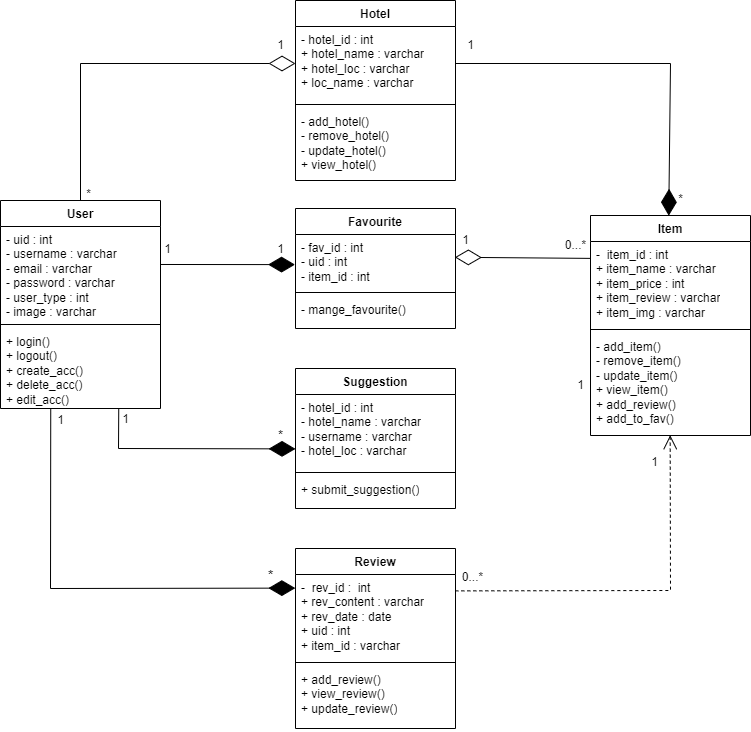
This is docs/FINAL DOCUMENTATION/UML DIAGRAMS/Class/Class Diagram.drawio.png from darshan-dinesh-mp/eatables, a draw.io export, as it was before one commit. Source tidied: cells renumbered, new cells last; positions are measured from the earlier drawing's top-left corner, leaving out a move shared by most shapes.
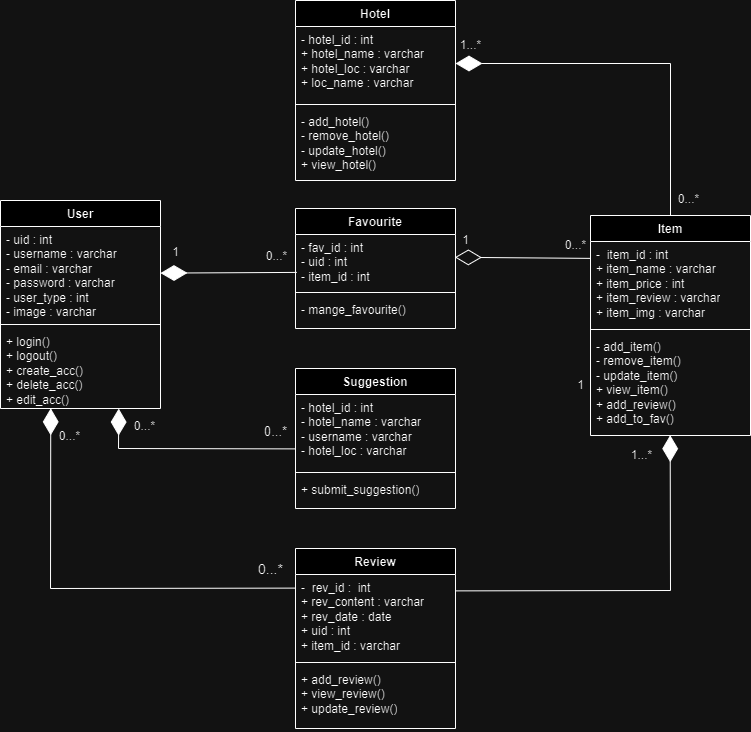
After the commit.

Change to the diagram source:
```diff
@@ -74,66 +74,36 @@
     <mxCell id="25" value="+ add_review()&lt;br&gt;+ view_review()&lt;br&gt;+ update_review()" style="text;strokeColor=none;fillColor=none;align=left;verticalAlign=top;spacingLeft=4;spacingRight=4;overflow=hidden;whiteSpace=wrap;html=1;" parent="22" vertex="1">
       <mxGeometry y="118" width="160" height="62" as="geometry" />
     </mxCell>
-    <mxCell id="26" style="endArrow=diamondThin;endFill=0;endSize=24;html=1;rounded=0;exitX=0.5;exitY=0;exitDx=0;exitDy=0;entryX=0;entryY=0.5;entryDx=0;entryDy=0;" parent="1" edge="1" source="6" target="15">
-      <mxGeometry relative="1" as="geometry">
-        <Array as="points">
-          <mxPoint x="80" y="63" />
-        </Array>
-      </mxGeometry>
-    </mxCell>
-    <mxCell id="27" value="*" style="text;html=1;align=center;verticalAlign=middle;strokeColor=none;fillColor=none;" parent="1" vertex="1">
-      <mxGeometry x="73" y="179" width="30" height="30" as="geometry" />
-    </mxCell>
-    <mxCell id="28" value="1" style="text;html=1;align=center;verticalAlign=middle;strokeColor=none;fillColor=none;" parent="1" vertex="1">
-      <mxGeometry x="265" y="30" width="30" height="30" as="geometry" />
-    </mxCell>
-    <mxCell id="29" style="endArrow=none;endFill=0;endSize=24;html=1;rounded=0;exitX=0.489;exitY=0.001;exitDx=0;exitDy=0;entryX=1;entryY=0.5;entryDx=0;entryDy=0;startArrow=diamondThin;startFill=1;exitPerimeter=0;targetPerimeterSpacing=0;sourcePerimeterSpacing=0;startSize=24;" parent="1" edge="1" source="18" target="15">
+    <mxCell id="29" style="endArrow=diamondThin;endFill=1;endSize=24;html=1;rounded=0;exitX=0.5;exitY=0;exitDx=0;exitDy=0;entryX=1;entryY=0.5;entryDx=0;entryDy=0;" parent="1" edge="1" source="18" target="15">
       <mxGeometry relative="1" as="geometry">
         <Array as="points">
           <mxPoint x="670" y="63" />
         </Array>
       </mxGeometry>
     </mxCell>
-    <mxCell id="30" value="1" style="text;html=1;align=center;verticalAlign=middle;strokeColor=none;fillColor=none;" parent="1" vertex="1">
-      <mxGeometry x="455" y="30" width="30" height="30" as="geometry" />
+    <mxCell id="30" value="1...*" style="text;html=1;align=center;verticalAlign=middle;strokeColor=none;fillColor=none;" parent="1" vertex="1">
+      <mxGeometry x="450" y="30" width="40" height="30" as="geometry" />
     </mxCell>
-    <mxCell id="31" value="*" style="text;html=1;align=center;verticalAlign=middle;strokeColor=none;fillColor=none;" parent="1" vertex="1">
-      <mxGeometry x="665" y="184" width="30" height="30" as="geometry" />
+    <mxCell id="31" value="0...*" style="text;html=1;align=center;verticalAlign=middle;strokeColor=none;fillColor=none;" parent="1" vertex="1">
+      <mxGeometry x="668" y="184" width="40" height="30" as="geometry" />
     </mxCell>
-    <mxCell id="32" style="endArrow=diamondThin;endFill=1;endSize=24;html=1;rounded=0;exitX=0.739;exitY=1.001;exitDx=0;exitDy=0;exitPerimeter=0;entryX=0;entryY=0.735;entryDx=0;entryDy=0;entryPerimeter=0;" parent="1" edge="1" source="9" target="3">
-      <mxGeometry relative="1" as="geometry">
-        <Array as="points">
-          <mxPoint x="118" y="448" />
-        </Array>
-      </mxGeometry>
-    </mxCell>
-    <mxCell id="33" value="&lt;font style=&quot;font-size: 13px;&quot;&gt;*&lt;/font&gt;" style="text;html=1;align=center;verticalAlign=middle;strokeColor=none;fillColor=none;strokeWidth=1;" parent="1" vertex="1">
-      <mxGeometry x="265" y="420" width="30" height="30" as="geometry" />
+    <mxCell id="33" value="&lt;font style=&quot;font-size: 13px;&quot;&gt;0...*&lt;/font&gt;" style="text;html=1;align=center;verticalAlign=middle;strokeColor=none;fillColor=none;strokeWidth=1;" parent="1" vertex="1">
+      <mxGeometry x="250" y="416" width="50" height="30" as="geometry" />
     </mxCell>
-    <mxCell id="34" value="1" style="text;html=1;align=center;verticalAlign=middle;strokeColor=none;fillColor=none;" parent="1" vertex="1">
-      <mxGeometry x="110" y="404" width="30" height="30" as="geometry" />
+    <mxCell id="34" value="0...*" style="text;html=1;align=center;verticalAlign=middle;strokeColor=none;fillColor=none;" parent="1" vertex="1">
+      <mxGeometry x="124" y="411" width="40" height="30" as="geometry" />
     </mxCell>
     <mxCell id="35" value="1" style="text;html=1;align=center;verticalAlign=middle;strokeColor=none;fillColor=none;" parent="1" vertex="1">
-      <mxGeometry x="152" y="234" width="30" height="30" as="geometry" />
+      <mxGeometry x="160" y="237" width="30" height="30" as="geometry" />
     </mxCell>
-    <mxCell id="36" style="endArrow=diamondThin;endFill=1;endSize=24;html=1;rounded=0;exitX=1.001;exitY=0.404;exitDx=0;exitDy=0;exitPerimeter=0;entryX=0.984;entryY=1.004;entryDx=0;entryDy=0;entryPerimeter=0;" parent="1" edge="1" source="7" target="37">
+    <mxCell id="36" style="endArrow=diamondThin;endFill=1;endSize=24;html=1;rounded=0;exitX=0.008;exitY=0.702;exitDx=0;exitDy=0;exitPerimeter=0;" parent="1" edge="1" source="11" target="7">
       <mxGeometry relative="1" as="geometry" />
     </mxCell>
-    <mxCell id="37" value="1" style="text;html=1;align=center;verticalAlign=middle;points=[];strokeColor=none;fillColor=none;" parent="1" vertex="1">
-      <mxGeometry x="265" y="234" width="30" height="30" as="geometry" />
-    </mxCell>
-    <mxCell id="38" style="endArrow=diamondThin;endFill=1;endSize=24;html=1;rounded=0;exitX=0.314;exitY=0.998;exitDx=0;exitDy=0;exitPerimeter=0;entryX=-0.001;entryY=0.162;entryDx=0;entryDy=0;entryPerimeter=0;" parent="1" edge="1" source="9" target="23">
-      <mxGeometry relative="1" as="geometry">
-        <Array as="points">
-          <mxPoint x="50" y="588" />
-        </Array>
-      </mxGeometry>
-    </mxCell>
-    <mxCell id="39" value="1" style="text;html=1;align=center;verticalAlign=middle;strokeColor=none;fillColor=none;" parent="1" vertex="1">
-      <mxGeometry x="45" y="405" width="30" height="30" as="geometry" />
+    <mxCell id="39" value="0...*" style="text;html=1;align=center;verticalAlign=middle;strokeColor=none;fillColor=none;" parent="1" vertex="1">
+      <mxGeometry x="49" y="421" width="40" height="30" as="geometry" />
     </mxCell>
-    <mxCell id="40" value="*" style="text;html=1;align=center;verticalAlign=middle;strokeColor=none;fillColor=none;fontSize=14;" parent="1" vertex="1">
-      <mxGeometry x="255" y="560" width="30" height="30" as="geometry" />
+    <mxCell id="40" value="0...*" style="text;html=1;align=center;verticalAlign=middle;strokeColor=none;fillColor=none;fontSize=14;" parent="1" vertex="1">
+      <mxGeometry x="245" y="554" width="50" height="30" as="geometry" />
     </mxCell>
     <mxCell id="41" style="endArrow=diamondThin;endFill=0;endSize=24;html=1;rounded=0;exitX=-0.002;exitY=0.201;exitDx=0;exitDy=0;exitPerimeter=0;entryX=0.996;entryY=0.422;entryDx=0;entryDy=0;entryPerimeter=0;" parent="1" edge="1" source="19" target="11">
       <mxGeometry relative="1" as="geometry" />
@@ -147,18 +117,32 @@
     <mxCell id="44" value="1" style="text;html=1;align=center;verticalAlign=middle;strokeColor=none;fillColor=none;" parent="1" vertex="1">
       <mxGeometry x="565" y="370" width="30" height="30" as="geometry" />
     </mxCell>
-    <mxCell id="45" style="endArrow=open;endFill=1;endSize=12;html=1;rounded=0;exitX=0.999;exitY=0.195;exitDx=0;exitDy=0;exitPerimeter=0;entryX=0.498;entryY=0.997;entryDx=0;entryDy=0;entryPerimeter=0;dashed=1;" parent="1" edge="1" source="23" target="21">
+    <mxCell id="45" style="endArrow=diamondThin;endFill=1;endSize=24;html=1;rounded=0;exitX=0.999;exitY=0.195;exitDx=0;exitDy=0;exitPerimeter=0;entryX=0.498;entryY=0.997;entryDx=0;entryDy=0;entryPerimeter=0;" parent="1" edge="1" source="23" target="21">
       <mxGeometry relative="1" as="geometry">
         <Array as="points">
           <mxPoint x="670" y="590" />
         </Array>
       </mxGeometry>
     </mxCell>
+    <mxCell id="47" value="1...*" style="text;html=1;align=center;verticalAlign=middle;strokeColor=none;fillColor=none;" parent="1" vertex="1">
+      <mxGeometry x="621" y="440" width="40" height="30" as="geometry" />
+    </mxCell>
     <mxCell id="46" value="0...*" style="text;html=1;align=center;verticalAlign=middle;strokeColor=none;fillColor=none;" parent="1" vertex="1">
-      <mxGeometry x="447" y="562" width="50" height="30" as="geometry" />
+      <mxGeometry x="256" y="241" width="40" height="30" as="geometry" />
     </mxCell>
-    <mxCell id="47" value="1" style="text;html=1;align=center;verticalAlign=middle;strokeColor=none;fillColor=none;" parent="1" vertex="1">
-      <mxGeometry x="639" y="447" width="30" height="30" as="geometry" />
-    </mxCell>
+    <mxCell id="32" style="endArrow=diamondThin;endFill=1;endSize=24;html=1;rounded=0;exitX=0;exitY=0.735;exitDx=0;exitDy=0;exitPerimeter=0;entryX=0.739;entryY=1.001;entryDx=0;entryDy=0;entryPerimeter=0;" parent="1" edge="1" source="3" target="9">
+      <mxGeometry relative="1" as="geometry">
+        <Array as="points">
+          <mxPoint x="118" y="448" />
+        </Array>
+      </mxGeometry>
+    </mxCell>
+    <mxCell id="38" style="endArrow=diamondThin;endFill=1;endSize=24;html=1;rounded=0;exitX=-0.001;exitY=0.162;exitDx=0;exitDy=0;exitPerimeter=0;entryX=0.314;entryY=0.998;entryDx=0;entryDy=0;entryPerimeter=0;" parent="1" edge="1" source="23" target="9">
+      <mxGeometry relative="1" as="geometry">
+        <Array as="points">
+          <mxPoint x="50" y="588" />
+        </Array>
+      </mxGeometry>
+    </mxCell>
   </root>
 </mxGraphModel>
```
